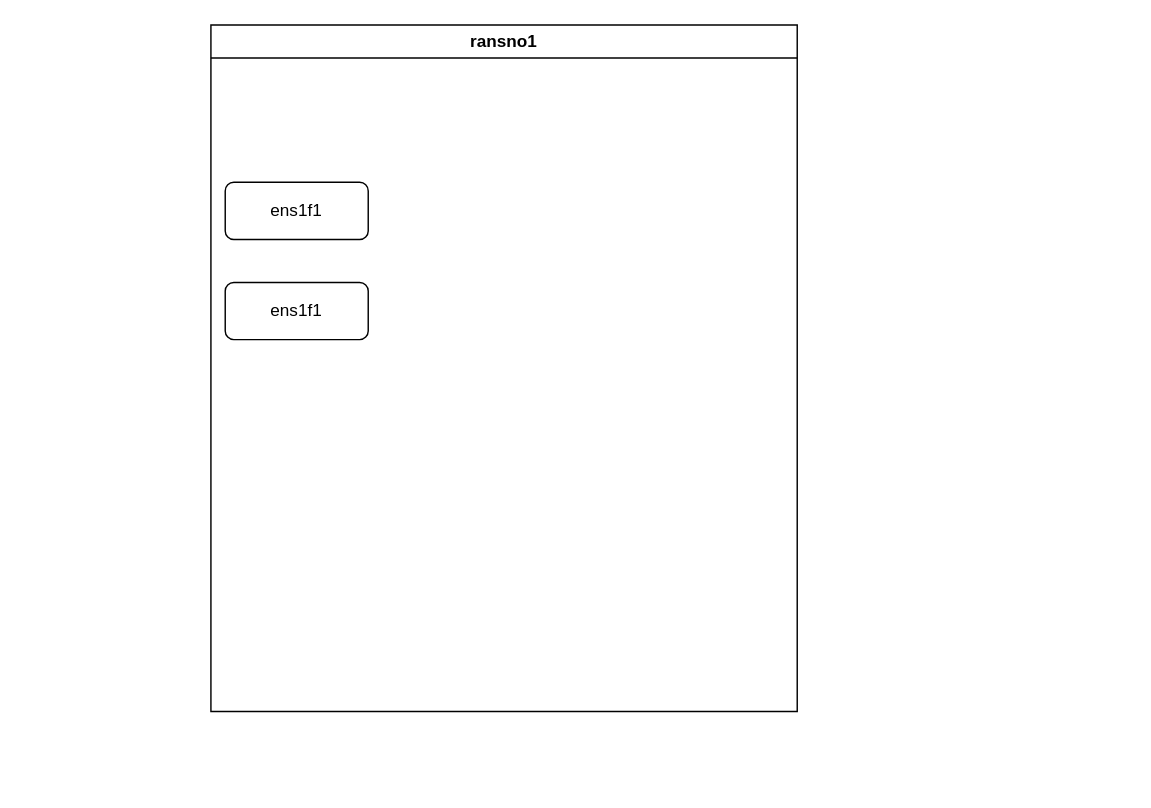
This is diagram/bug-18861.drawio from zeeke/public-data, a draw.io file, before an edit. Source tidied: cells renumbered, new cells numbered last; positions are measured from the earlier drawing's top-left corner, leaving out a move shared by most shapes. Both pictures are drawn from the tidied source at 143%, with x=0, y=0 at pixel (210, 24).
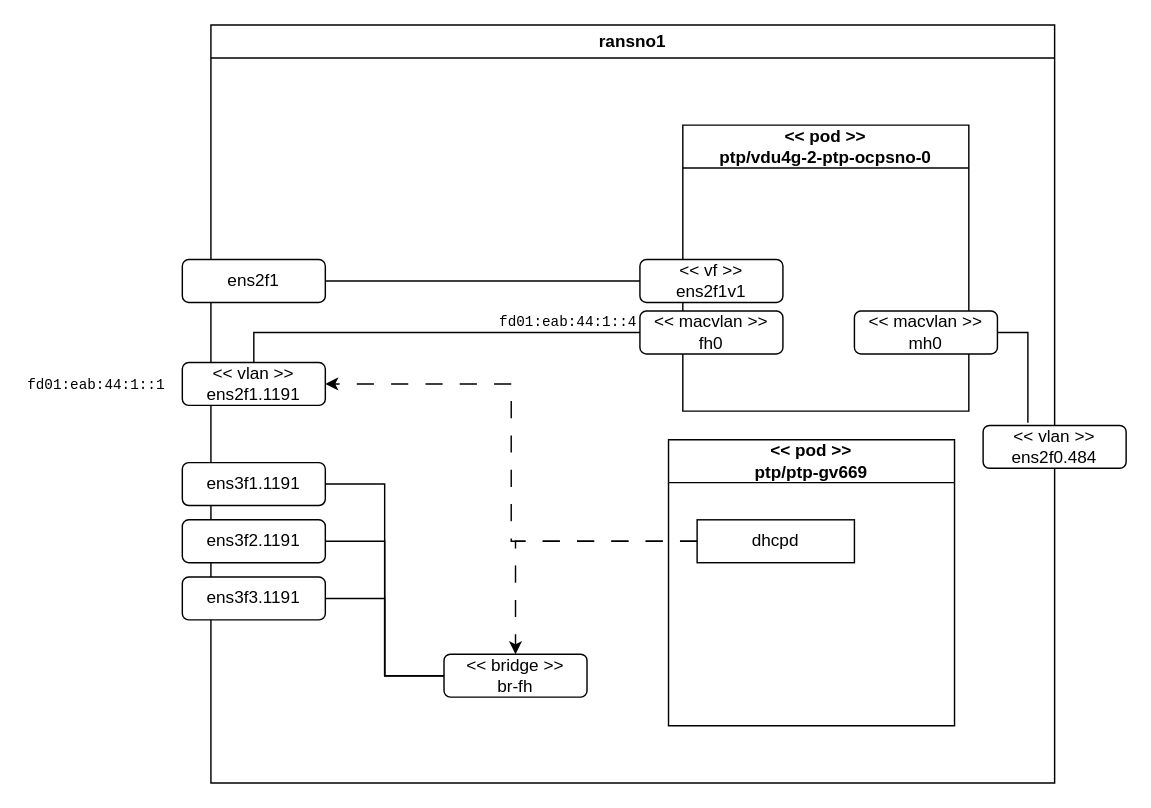
The same diagram, later.

Change to the diagram source:
```diff
@@
     <mxCell id="2" value="ransno1" style="swimlane;whiteSpace=wrap;html=1;" parent="1" vertex="1">
-      <mxGeometry width="410" height="480" as="geometry" />
+      <mxGeometry width="590" height="530" as="geometry" />
     </mxCell>
-    <mxCell id="3" value="ens1f1" style="rounded=1;whiteSpace=wrap;html=1;" parent="2" vertex="1">
-      <mxGeometry x="10" y="110" width="100" height="40" as="geometry" />
+    <mxCell id="3" value="ens2f1" style="rounded=1;whiteSpace=wrap;html=1;" parent="2" vertex="1">
+      <mxGeometry x="-20" y="164" width="100" height="30" as="geometry" />
     </mxCell>
-    <mxCell id="4" value="ens1f1" style="rounded=1;whiteSpace=wrap;html=1;" parent="2" vertex="1">
-      <mxGeometry x="10" y="180" width="100" height="40" as="geometry" />
+    <mxCell id="4" value="&amp;lt;&amp;lt; vlan &amp;gt;&amp;gt;&lt;br&gt;ens2f1.1191" style="rounded=1;whiteSpace=wrap;html=1;" parent="2" vertex="1">
+      <mxGeometry x="-20" y="236" width="100" height="30" as="geometry" />
     </mxCell>
+    <mxCell id="5" value="&amp;lt;&amp;lt; bridge &amp;gt;&amp;gt;&lt;br&gt;br-fh" style="rounded=1;whiteSpace=wrap;html=1;" parent="2" vertex="1">
+      <mxGeometry x="163" y="440" width="100" height="30" as="geometry" />
+    </mxCell>
+    <mxCell id="6" style="edgeStyle=orthogonalEdgeStyle;rounded=0;jettySize=auto;html=1;exitX=1;exitY=0.5;exitDx=0;exitDy=0;entryX=0;entryY=0.5;entryDx=0;entryDy=0;startArrow=none;startFill=0;endArrow=none;endFill=0;" parent="2" edge="1" source="7" target="5">
+      <mxGeometry relative="1" as="geometry" />
+    </mxCell>
+    <mxCell id="7" value="ens3f1.1191" style="rounded=1;whiteSpace=wrap;html=1;" parent="2" vertex="1">
+      <mxGeometry x="-20" y="306" width="100" height="30" as="geometry" />
+    </mxCell>
+    <mxCell id="8" value="ens3f2.1191" style="rounded=1;whiteSpace=wrap;html=1;" parent="2" vertex="1">
+      <mxGeometry x="-20" y="346" width="100" height="30" as="geometry" />
+    </mxCell>
+    <mxCell id="9" value="ens3f3.1191" style="rounded=1;whiteSpace=wrap;html=1;" parent="2" vertex="1">
+      <mxGeometry x="-20" y="386" width="100" height="30" as="geometry" />
+    </mxCell>
+    <mxCell id="10" style="edgeStyle=orthogonalEdgeStyle;rounded=0;jettySize=auto;html=1;exitX=1;exitY=0.5;exitDx=0;exitDy=0;startArrow=none;startFill=0;endArrow=none;endFill=0;entryX=0;entryY=0.5;entryDx=0;entryDy=0;" parent="2" edge="1" source="8" target="5">
+      <mxGeometry relative="1" as="geometry" />
+    </mxCell>
+    <mxCell id="11" style="edgeStyle=orthogonalEdgeStyle;rounded=0;jettySize=auto;html=1;exitX=1;exitY=0.5;exitDx=0;exitDy=0;entryX=0;entryY=0.5;entryDx=0;entryDy=0;startArrow=none;startFill=0;endArrow=none;endFill=0;" parent="2" edge="1" source="9" target="5">
+      <mxGeometry relative="1" as="geometry" />
+    </mxCell>
+    <mxCell id="12" style="edgeStyle=orthogonalEdgeStyle;rounded=0;jettySize=auto;html=1;entryX=1;entryY=0.5;entryDx=0;entryDy=0;dashed=1;dashPattern=12 12;" parent="2" edge="1" source="22" target="4">
+      <mxGeometry relative="1" as="geometry" />
+    </mxCell>
+    <mxCell id="13" style="edgeStyle=orthogonalEdgeStyle;rounded=0;jettySize=auto;html=1;entryX=0.5;entryY=0;entryDx=0;entryDy=0;dashed=1;dashPattern=12 12;" parent="2" edge="1" source="22" target="5">
+      <mxGeometry relative="1" as="geometry" />
+    </mxCell>
+    <mxCell id="14" value="&amp;lt;&amp;lt; pod &amp;gt;&amp;gt;&lt;br&gt;ptp/vdu4g-2-ptp-ocpsno-0" style="swimlane;whiteSpace=wrap;html=1;startSize=30;" parent="2" vertex="1">
+      <mxGeometry x="330" y="70" width="200" height="200" as="geometry" />
+    </mxCell>
+    <mxCell id="15" value="&amp;lt;&amp;lt; macvlan &amp;gt;&amp;gt;&lt;br&gt;fh0" style="rounded=1;whiteSpace=wrap;html=1;" parent="14" vertex="1">
+      <mxGeometry x="-30" y="130" width="100" height="30" as="geometry" />
+    </mxCell>
+    <mxCell id="16" value="fd01:eab:44:1::4" style="text;whiteSpace=wrap;fontFamily=Courier New;fontSize=10;" parent="14" vertex="1">
+      <mxGeometry x="-130" y="126" width="100" height="30" as="geometry" />
+    </mxCell>
+    <mxCell id="17" value="&amp;lt;&amp;lt; vf &amp;gt;&amp;gt;&lt;br&gt;ens2f1v1" style="rounded=1;whiteSpace=wrap;html=1;" parent="14" vertex="1">
+      <mxGeometry x="-30" y="94" width="100" height="30" as="geometry" />
+    </mxCell>
+    <mxCell id="18" style="edgeStyle=orthogonalEdgeStyle;rounded=0;jettySize=auto;html=1;exitX=0.5;exitY=0;exitDx=0;exitDy=0;entryX=0;entryY=0.5;entryDx=0;entryDy=0;startArrow=none;startFill=0;endArrow=none;endFill=0;" parent="2" edge="1" source="4" target="15">
+      <mxGeometry relative="1" as="geometry" />
+    </mxCell>
+    <mxCell id="19" style="edgeStyle=orthogonalEdgeStyle;rounded=0;jettySize=auto;html=1;exitX=1;exitY=0.5;exitDx=0;exitDy=0;entryX=0;entryY=0.5;entryDx=0;entryDy=0;startArrow=none;startFill=0;endArrow=none;endFill=0;" parent="2" edge="1" source="3" target="17">
+      <mxGeometry relative="1" as="geometry" />
+    </mxCell>
+    <mxCell id="20" value="&amp;lt;&amp;lt; macvlan &amp;gt;&amp;gt;&lt;br&gt;mh0" style="rounded=1;whiteSpace=wrap;html=1;" parent="2" vertex="1">
+      <mxGeometry x="450" y="200" width="100" height="30" as="geometry" />
+    </mxCell>
+    <mxCell id="21" value="&amp;lt;&amp;lt; pod &amp;gt;&amp;gt;&lt;br&gt;ptp/ptp-gv669" style="swimlane;whiteSpace=wrap;html=1;startSize=30;" parent="2" vertex="1">
+      <mxGeometry x="320" y="290" width="200" height="200" as="geometry" />
+    </mxCell>
+    <mxCell id="22" value="dhcpd" style="rounded=0;whiteSpace=wrap;html=1;" parent="21" vertex="1">
+      <mxGeometry x="20" y="56" width="110" height="30" as="geometry" />
+    </mxCell>
+    <mxCell id="23" value="fd01:eab:44:1::1" style="text;whiteSpace=wrap;fontFamily=Courier New;fontSize=10;" parent="1" vertex="1">
+      <mxGeometry x="-130" y="240" width="160" height="40" as="geometry" />
+    </mxCell>
+    <mxCell id="24" value="&amp;lt;&amp;lt; vlan &amp;gt;&amp;gt;&lt;br&gt;ens2f0.484" style="rounded=1;whiteSpace=wrap;html=1;" parent="1" vertex="1">
+      <mxGeometry x="540" y="280" width="100" height="30" as="geometry" />
+    </mxCell>
+    <mxCell id="25" style="edgeStyle=orthogonalEdgeStyle;rounded=0;jettySize=auto;html=1;exitX=0.313;exitY=-0.06;exitDx=0;exitDy=0;entryX=1;entryY=0.5;entryDx=0;entryDy=0;startArrow=none;startFill=0;endArrow=none;endFill=0;exitPerimeter=0;" parent="1" edge="1" source="24" target="20">
+      <mxGeometry relative="1" as="geometry" />
+    </mxCell>
```
